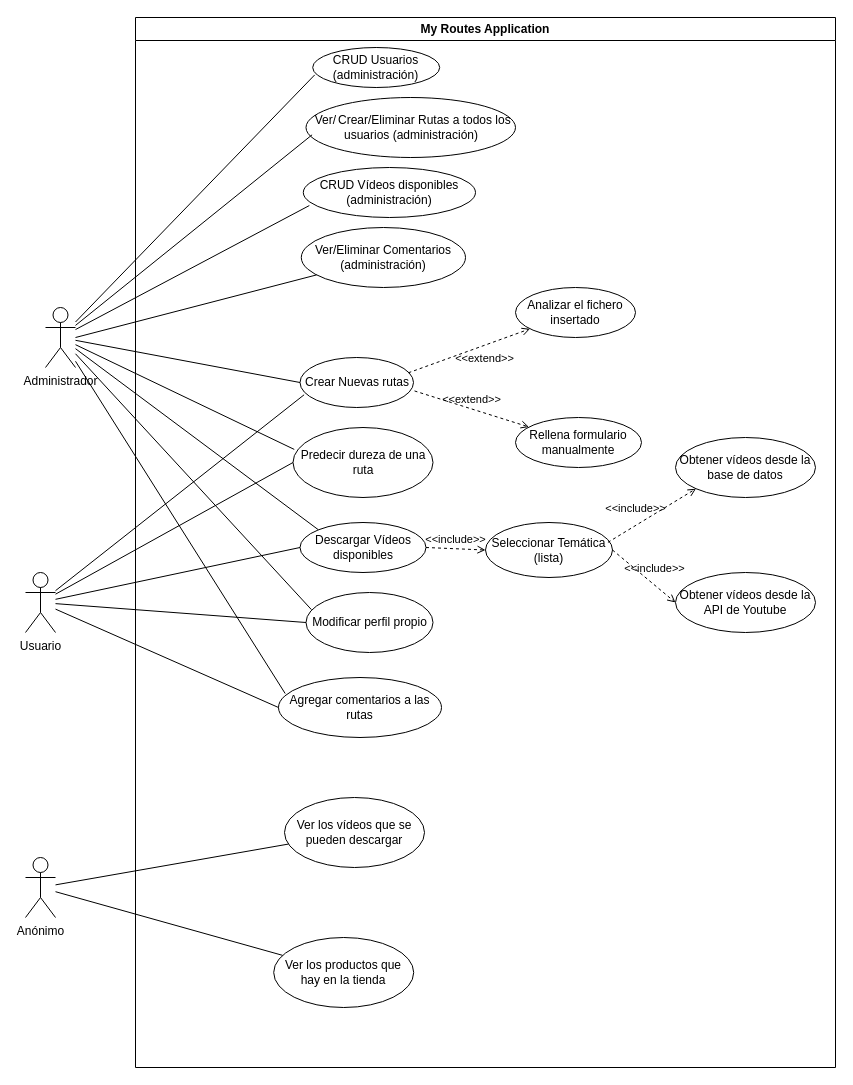
This is DiagramaCasosUso.drawio from Pablolumar1/Diagramas_ProyectoFinal, a draw.io file, before an edit. Source tidied: cells renumbered, new cells numbered last; positions are measured from the earlier drawing's top-left corner, leaving out a move shared by most shapes. Both pictures are drawn from the tidied source at 100%, with x=0, y=0 at pixel (25, 17).
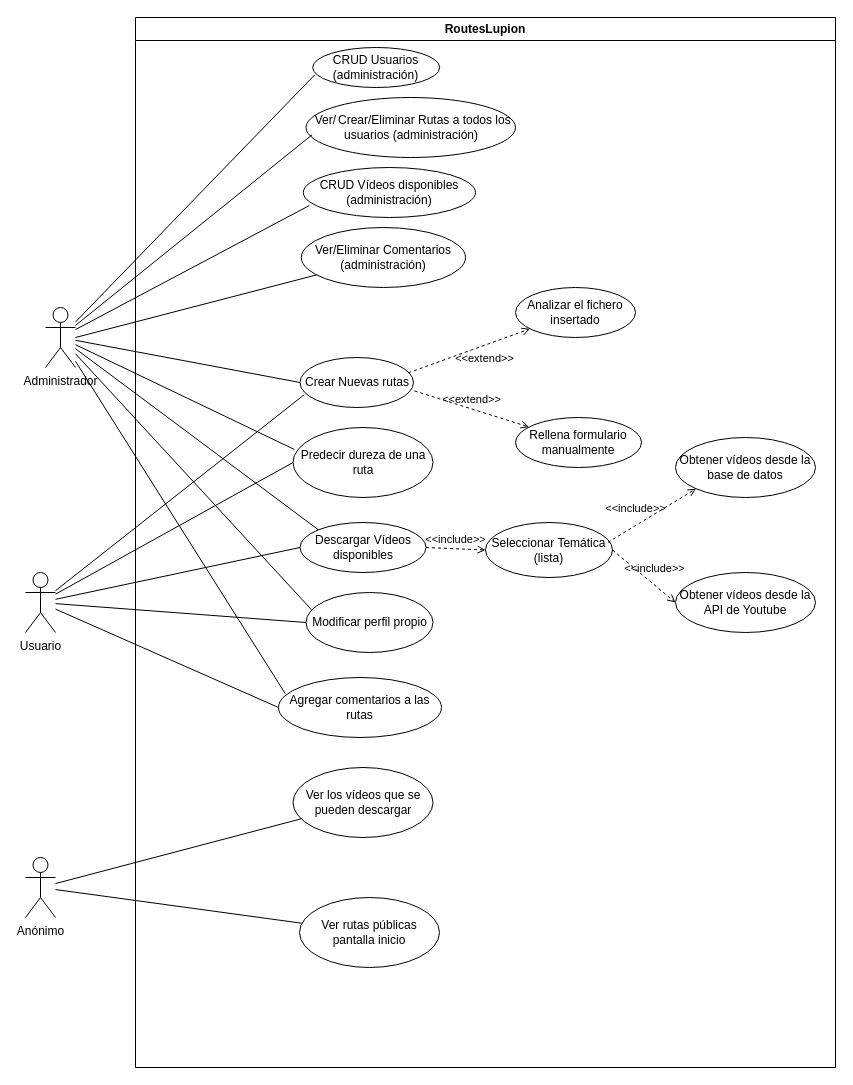
The same page after the edit.

Unchanged cells that the change refers to:
```xml
<mxCell id="37" value="Anónimo" style="shape=umlActor;html=1;verticalLabelPosition=bottom;verticalAlign=top;align=center;" parent="1" vertex="1">
  <mxGeometry y="840" width="30" height="60" as="geometry" />
</mxCell>
```

The edit, as a diff of the source:
```diff
@@
-    <mxCell id="3" value="My Routes App&lt;span style=&quot;background-color: transparent; color: light-dark(rgb(0, 0, 0), rgb(255, 255, 255));&quot;&gt;lication&lt;/span&gt;" style="swimlane;whiteSpace=wrap;html=1;startSize=23;" parent="1" vertex="1">
+    <mxCell id="3" value="RoutesLupion" style="swimlane;whiteSpace=wrap;html=1;startSize=23;" parent="1" vertex="1">
       <mxGeometry x="110" width="700" height="1050" as="geometry" />
     </mxCell>
@@
     <mxCell id="15" value="Ver los vídeos que se pueden descargar" style="ellipse;whiteSpace=wrap;html=1;" parent="3" vertex="1">
-      <mxGeometry x="149" y="780" width="140" height="70" as="geometry" />
+      <mxGeometry x="157.5" y="750" width="140" height="70" as="geometry" />
     </mxCell>
-    <mxCell id="16" value="Ver los productos que hay en la tienda" style="ellipse;whiteSpace=wrap;html=1;" parent="3" vertex="1">
-      <mxGeometry x="138.2" y="920" width="140" height="70" as="geometry" />
-    </mxCell>
@@
+    <mxCell id="43" value="Ver rutas públicas pantalla inicio" style="ellipse;whiteSpace=wrap;html=1;" parent="3" vertex="1">
+      <mxGeometry x="164" y="880" width="140" height="70" as="geometry" />
+    </mxCell>
@@
-    <mxCell id="39" style="edgeStyle=none;html=1;endArrow=none;verticalAlign=bottom;rounded=0;" parent="1" edge="1" source="37" target="16">
-      <mxGeometry relative="1" as="geometry" />
-    </mxCell>
@@
+    <mxCell id="44" style="edgeStyle=none;html=1;endArrow=none;verticalAlign=bottom;rounded=0;" parent="1" edge="1" source="37" target="43">
+      <mxGeometry relative="1" as="geometry" />
+    </mxCell>
```
